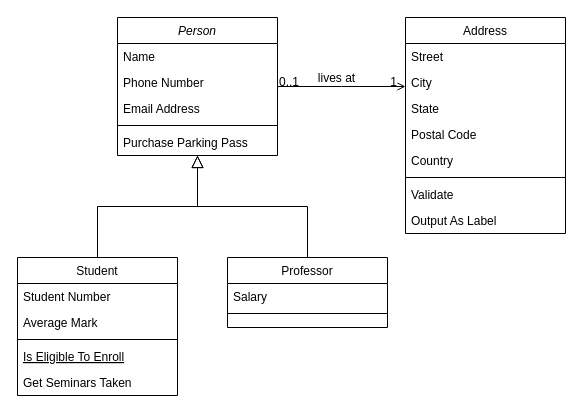
Above: Untitled Diagram.drawio in rnoguer22/Recursividad (draw.io), before the change. Source tidied: cells renumbered, new cells numbered last; positions are measured from the earlier drawing's top-left corner, leaving out a move shared by most shapes. Both pictures are drawn from the tidied source at 100%, with x=0, y=0 at pixel (17, 17).
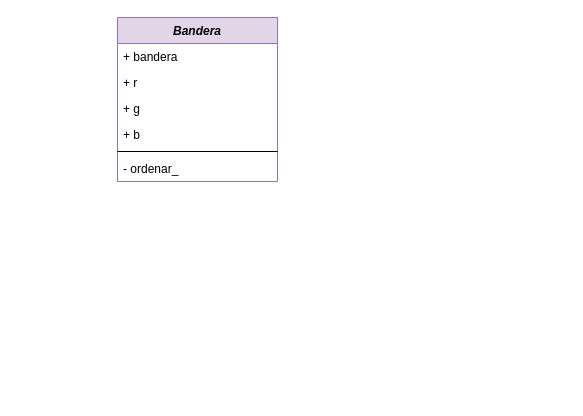
Above is the later version.

Diff of the diagram source:
```diff
@@
-    <mxCell id="2" value="Person" style="swimlane;fontStyle=2;align=center;verticalAlign=top;horizontal=1;startSize=26;rounded=0;shadow=0;strokeWidth=1;" parent="1" vertex="1">
-      <mxGeometry x="100" width="160" height="138" as="geometry" />
+    <mxCell id="2" value="Bandera" style="swimlane;fontStyle=3;align=center;verticalAlign=top;horizontal=1;startSize=26;rounded=0;shadow=0;strokeWidth=1;fillColor=#e1d5e7;strokeColor=#9673a6;" parent="1" vertex="1">
+      <mxGeometry x="100" width="160" height="164" as="geometry" />
     </mxCell>
-    <mxCell id="3" value="Name" style="text;align=left;verticalAlign=top;spacingLeft=4;spacingRight=4;overflow=hidden;" parent="2" vertex="1">
+    <mxCell id="3" value="+ bandera" style="text;align=left;verticalAlign=top;spacingLeft=4;spacingRight=4;overflow=hidden;" parent="2" vertex="1">
       <mxGeometry y="26" width="160" height="26" as="geometry" />
     </mxCell>
-    <mxCell id="4" value="Phone Number" style="text;align=left;verticalAlign=top;spacingLeft=4;spacingRight=4;overflow=hidden;rounded=0;shadow=0;html=0;" parent="2" vertex="1">
+    <mxCell id="4" value="+ r" style="text;align=left;verticalAlign=top;spacingLeft=4;spacingRight=4;overflow=hidden;rounded=0;shadow=0;html=0;" parent="2" vertex="1">
       <mxGeometry y="52" width="160" height="26" as="geometry" />
     </mxCell>
-    <mxCell id="5" value="Email Address" style="text;align=left;verticalAlign=top;spacingLeft=4;spacingRight=4;overflow=hidden;rounded=0;shadow=0;html=0;" parent="2" vertex="1">
+    <mxCell id="5" value="+ g" style="text;align=left;verticalAlign=top;spacingLeft=4;spacingRight=4;overflow=hidden;rounded=0;shadow=0;html=0;" parent="2" vertex="1">
       <mxGeometry y="78" width="160" height="26" as="geometry" />
     </mxCell>
+    <mxCell id="32" value="+ b" style="text;align=left;verticalAlign=top;spacingLeft=4;spacingRight=4;overflow=hidden;rounded=0;shadow=0;html=0;" parent="2" vertex="1">
+      <mxGeometry y="104" width="160" height="26" as="geometry" />
+    </mxCell>
     <mxCell id="6" style="line;html=1;strokeWidth=1;align=left;verticalAlign=middle;spacingTop=-1;spacingLeft=3;spacingRight=3;labelPosition=right;" parent="2" vertex="1">
-      <mxGeometry y="104" width="160" height="8" as="geometry" />
+      <mxGeometry y="130" width="160" height="8" as="geometry" />
     </mxCell>
-    <mxCell id="7" value="Purchase Parking Pass" style="text;align=left;verticalAlign=top;spacingLeft=4;spacingRight=4;overflow=hidden;" parent="2" vertex="1">
-      <mxGeometry y="112" width="160" height="26" as="geometry" />
+    <mxCell id="7" value="- ordenar_" style="text;align=left;verticalAlign=top;spacingLeft=4;spacingRight=4;overflow=hidden;" parent="2" vertex="1">
+      <mxGeometry y="138" width="160" height="26" as="geometry" />
     </mxCell>
-    <mxCell id="8" value="Student" style="swimlane;fontStyle=0;align=center;verticalAlign=top;horizontal=1;startSize=26;rounded=0;shadow=0;strokeWidth=1;" parent="1" vertex="1">
-      <mxGeometry y="240" width="160" height="138" as="geometry" />
-    </mxCell>
-    <mxCell id="9" value="Student Number" style="text;align=left;verticalAlign=top;spacingLeft=4;spacingRight=4;overflow=hidden;" parent="8" vertex="1">
-      <mxGeometry y="26" width="160" height="26" as="geometry" />
-    </mxCell>
-    <mxCell id="10" value="Average Mark" style="text;align=left;verticalAlign=top;spacingLeft=4;spacingRight=4;overflow=hidden;rounded=0;shadow=0;html=0;" parent="8" vertex="1">
-      <mxGeometry y="52" width="160" height="26" as="geometry" />
-    </mxCell>
-    <mxCell id="11" style="line;html=1;strokeWidth=1;align=left;verticalAlign=middle;spacingTop=-1;spacingLeft=3;spacingRight=3;labelPosition=right;" parent="8" vertex="1">
-      <mxGeometry y="78" width="160" height="8" as="geometry" />
-    </mxCell>
-    <mxCell id="12" value="Is Eligible To Enroll" style="text;align=left;verticalAlign=top;spacingLeft=4;spacingRight=4;overflow=hidden;fontStyle=4;" parent="8" vertex="1">
-      <mxGeometry y="86" width="160" height="26" as="geometry" />
-    </mxCell>
-    <mxCell id="13" value="Get Seminars Taken" style="text;align=left;verticalAlign=top;spacingLeft=4;spacingRight=4;overflow=hidden;" parent="8" vertex="1">
-      <mxGeometry y="112" width="160" height="26" as="geometry" />
-    </mxCell>
-    <mxCell id="14" style="endArrow=block;endSize=10;endFill=0;shadow=0;strokeWidth=1;rounded=0;edgeStyle=elbowEdgeStyle;elbow=vertical;" parent="1" edge="1" source="8" target="2">
-      <mxGeometry relative="1" as="geometry" />
-    </mxCell>
-    <mxCell id="15" value="Professor" style="swimlane;fontStyle=0;align=center;verticalAlign=top;horizontal=1;startSize=26;rounded=0;shadow=0;strokeWidth=1;" parent="1" vertex="1">
-      <mxGeometry x="210" y="240" width="160" height="70" as="geometry" />
-    </mxCell>
-    <mxCell id="16" value="Salary" style="text;align=left;verticalAlign=top;spacingLeft=4;spacingRight=4;overflow=hidden;" parent="15" vertex="1">
-      <mxGeometry y="26" width="160" height="26" as="geometry" />
-    </mxCell>
-    <mxCell id="17" style="line;html=1;strokeWidth=1;align=left;verticalAlign=middle;spacingTop=-1;spacingLeft=3;spacingRight=3;labelPosition=right;" parent="15" vertex="1">
-      <mxGeometry y="52" width="160" height="8" as="geometry" />
-    </mxCell>
-    <mxCell id="18" style="endArrow=block;endSize=10;endFill=0;shadow=0;strokeWidth=1;rounded=0;edgeStyle=elbowEdgeStyle;elbow=vertical;" parent="1" edge="1" source="15" target="2">
-      <mxGeometry relative="1" as="geometry" />
-    </mxCell>
-    <mxCell id="19" value="Address" style="swimlane;fontStyle=0;align=center;verticalAlign=top;horizontal=1;startSize=26;rounded=0;shadow=0;strokeWidth=1;" parent="1" vertex="1">
-      <mxGeometry x="388" width="160" height="216" as="geometry" />
-    </mxCell>
-    <mxCell id="20" value="Street" style="text;align=left;verticalAlign=top;spacingLeft=4;spacingRight=4;overflow=hidden;" parent="19" vertex="1">
-      <mxGeometry y="26" width="160" height="26" as="geometry" />
-    </mxCell>
-    <mxCell id="21" value="City" style="text;align=left;verticalAlign=top;spacingLeft=4;spacingRight=4;overflow=hidden;rounded=0;shadow=0;html=0;" parent="19" vertex="1">
-      <mxGeometry y="52" width="160" height="26" as="geometry" />
-    </mxCell>
-    <mxCell id="22" value="State" style="text;align=left;verticalAlign=top;spacingLeft=4;spacingRight=4;overflow=hidden;rounded=0;shadow=0;html=0;" parent="19" vertex="1">
-      <mxGeometry y="78" width="160" height="26" as="geometry" />
-    </mxCell>
-    <mxCell id="23" value="Postal Code" style="text;align=left;verticalAlign=top;spacingLeft=4;spacingRight=4;overflow=hidden;rounded=0;shadow=0;html=0;" parent="19" vertex="1">
-      <mxGeometry y="104" width="160" height="26" as="geometry" />
-    </mxCell>
-    <mxCell id="24" value="Country" style="text;align=left;verticalAlign=top;spacingLeft=4;spacingRight=4;overflow=hidden;rounded=0;shadow=0;html=0;" parent="19" vertex="1">
-      <mxGeometry y="130" width="160" height="26" as="geometry" />
-    </mxCell>
-    <mxCell id="25" style="line;html=1;strokeWidth=1;align=left;verticalAlign=middle;spacingTop=-1;spacingLeft=3;spacingRight=3;labelPosition=right;" parent="19" vertex="1">
-      <mxGeometry y="156" width="160" height="8" as="geometry" />
-    </mxCell>
-    <mxCell id="26" value="Validate" style="text;align=left;verticalAlign=top;spacingLeft=4;spacingRight=4;overflow=hidden;" parent="19" vertex="1">
-      <mxGeometry y="164" width="160" height="26" as="geometry" />
-    </mxCell>
-    <mxCell id="27" value="Output As Label" style="text;align=left;verticalAlign=top;spacingLeft=4;spacingRight=4;overflow=hidden;" parent="19" vertex="1">
-      <mxGeometry y="190" width="160" height="26" as="geometry" />
-    </mxCell>
-    <mxCell id="28" style="endArrow=open;shadow=0;strokeWidth=1;rounded=0;endFill=1;edgeStyle=elbowEdgeStyle;elbow=vertical;" parent="1" edge="1" source="2" target="19">
-      <mxGeometry x="0.5" y="41" relative="1" as="geometry">
-        <mxPoint x="-40" y="32" as="offset" />
-      </mxGeometry>
-    </mxCell>
-    <mxCell id="29" value="0..1" style="align=left;verticalAlign=bottom;labelBackgroundColor=none;fontSize=12;" parent="28" vertex="1">
-      <mxGeometry x="-1" relative="1" as="geometry">
-        <mxPoint y="4" as="offset" />
-      </mxGeometry>
-    </mxCell>
-    <mxCell id="30" value="1" style="align=right;verticalAlign=bottom;labelBackgroundColor=none;fontSize=12;" parent="28" vertex="1">
-      <mxGeometry x="1" relative="1" as="geometry">
-        <mxPoint x="-7" y="4" as="offset" />
-      </mxGeometry>
-    </mxCell>
-    <mxCell id="31" value="lives at" style="text;html=1;align=center;verticalAlign=middle;labelBackgroundColor=none;rounded=0;shadow=0;strokeWidth=1;fontSize=12;" parent="28" vertex="1">
-      <mxGeometry x="0.5" y="49" relative="1" as="geometry">
-        <mxPoint x="-38" y="40" as="offset" />
-      </mxGeometry>
-    </mxCell>
```
